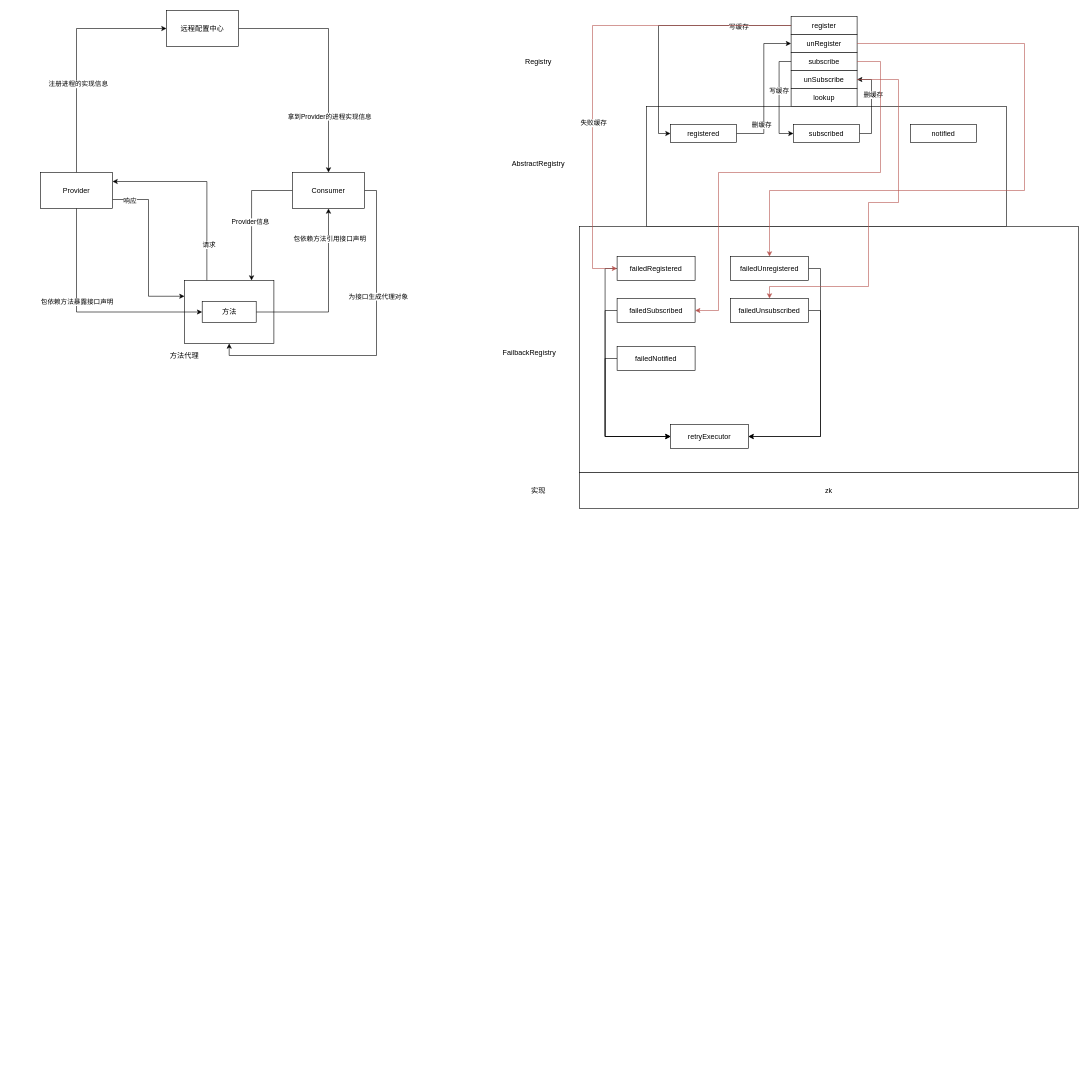
The draw.io diagram my_docs/dubbo/dubbo.drawio in Bannirui/Bannirui.github.io, before the edit. Source tidied: cells renumbered, new cells numbered last; positions are measured from the earlier drawing's top-left corner, leaving out a move shared by most shapes. Both pictures are drawn from the tidied source at 60%, with x=0, y=0 at pixel (40, 10).
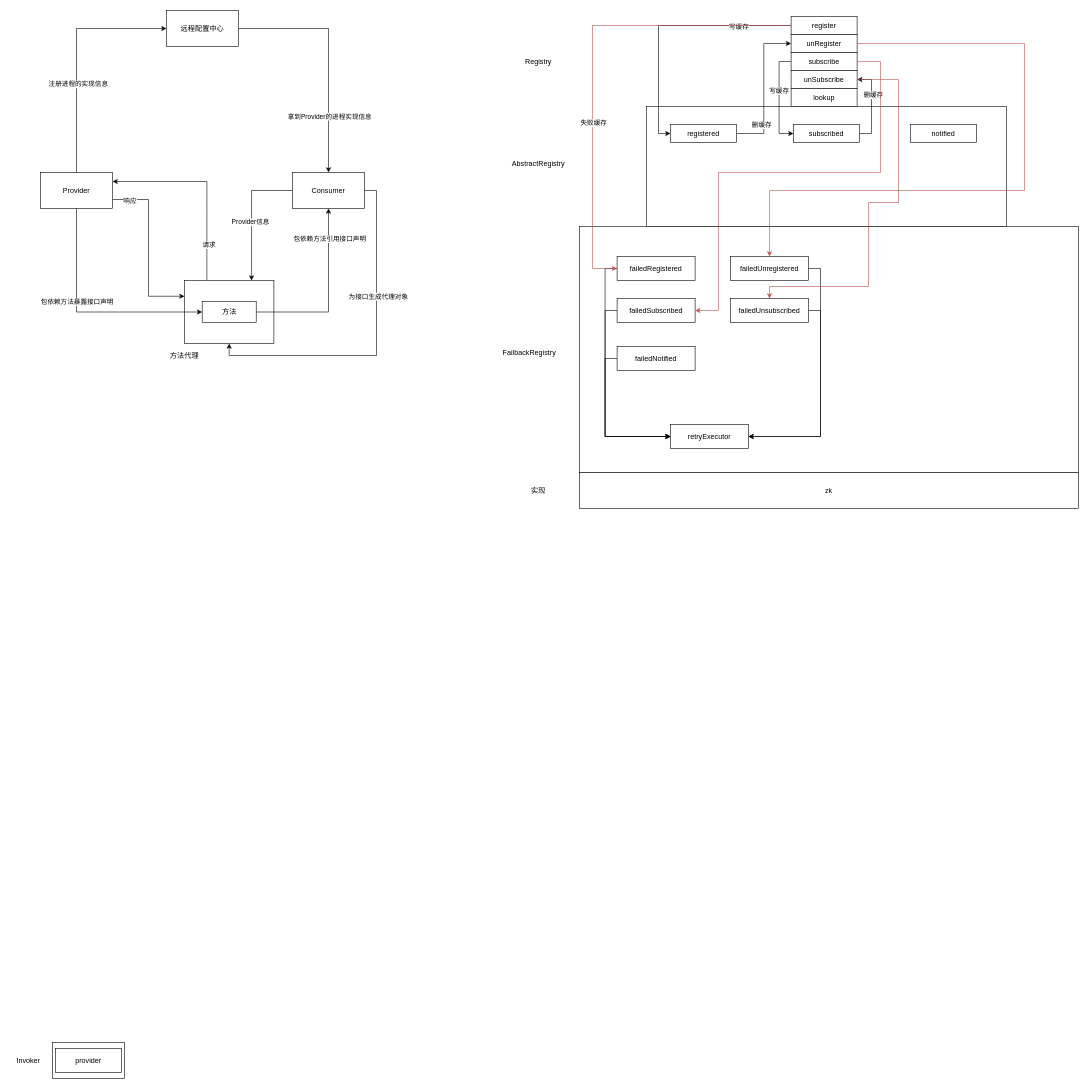
The same diagram, later.

Change to the diagram source:
```diff
@@
+    <mxCell id="63" style="rounded=0;whiteSpace=wrap;html=1;" parent="1" vertex="1">
+      <mxGeometry x="20" y="1720" width="120" height="60" as="geometry" />
+    </mxCell>
@@
+    <mxCell id="64" value="provider" style="rounded=0;whiteSpace=wrap;html=1;" parent="1" vertex="1">
+      <mxGeometry x="25" y="1730" width="110" height="40" as="geometry" />
+    </mxCell>
+    <mxCell id="65" value="Invoker" style="text;html=1;align=center;verticalAlign=middle;whiteSpace=wrap;rounded=0;" parent="1" vertex="1">
+      <mxGeometry x="-50" y="1735" width="60" height="30" as="geometry" />
+    </mxCell>
```
